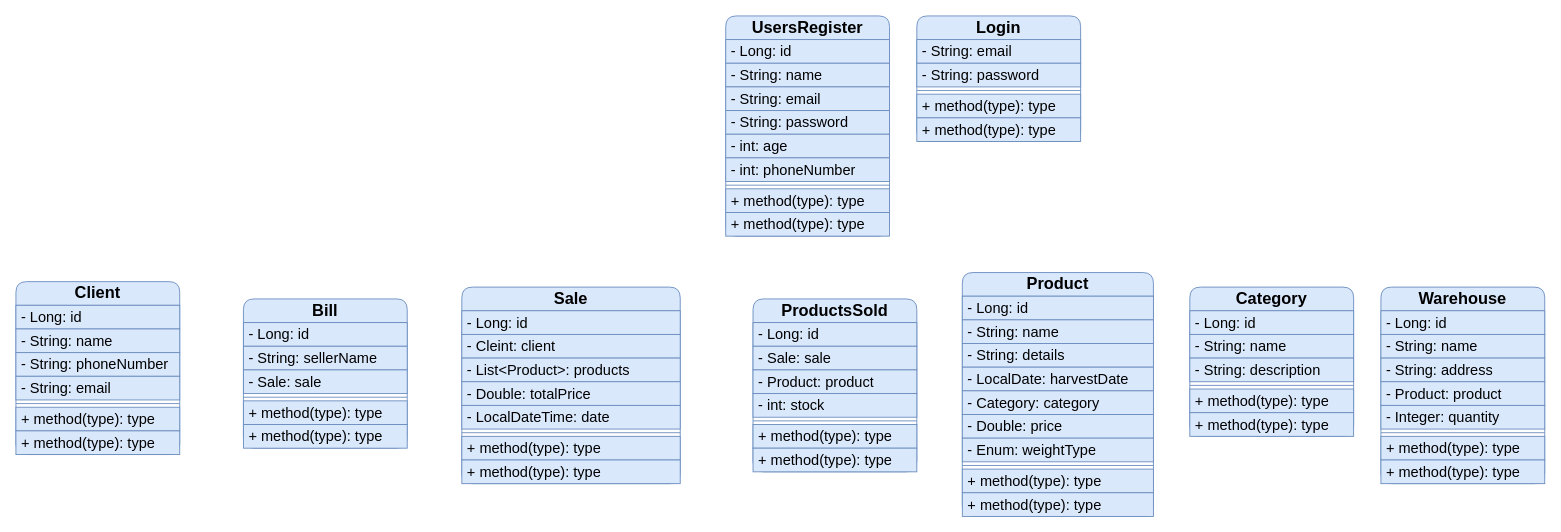
Above: page "Clases" (1 of 2) of diagrams/fincaFacilUML.drawio in SantiagoGZ1/fincaFacil (draw.io), before the change. Source tidied: cells renumbered, new cells numbered last; positions are measured from the earlier drawing's top-left corner, leaving out a move shared by most shapes. Both pictures are drawn from the tidied source at 91%, with x=0, y=0 at pixel (15, 15).
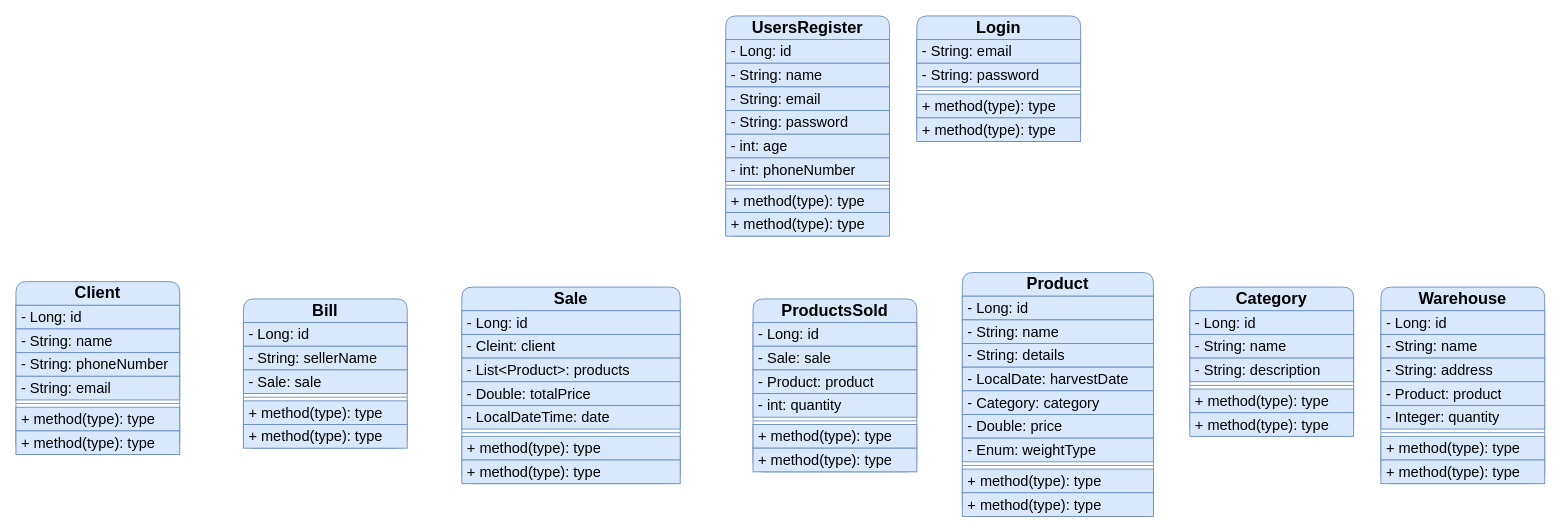
The same page after the edit.

Unchanged cells that the change refers to:
```xml
<mxCell id="37" value="&lt;font style=&quot;font-size: 18px;&quot;&gt;ProductsSold&lt;/font&gt;" style="swimlane;fontStyle=1;align=center;verticalAlign=middle;horizontal=1;startSize=26;whiteSpace=wrap;html=1;fontSize=16;shadow=0;strokeWidth=1;fillColor=#dae8fc;strokeColor=#6c8ebf;swimlaneFillColor=none;gradientColor=none;swimlaneLine=1;glass=0;rounded=1;" parent="1" vertex="1">
  <mxGeometry x="810" y="311" width="180" height="190" as="geometry" />
</mxCell>
```

What changed in the source:
```diff
@@
-    <mxCell id="41" value="- int: stock" style="text;align=left;verticalAlign=middle;spacingLeft=4;spacingRight=4;overflow=hidden;whiteSpace=wrap;html=1;fontSize=16;shadow=0;strokeWidth=1;fillColor=#dae8fc;strokeColor=#6c8ebf;swimlaneFillColor=none;gradientColor=none;swimlaneLine=1;" parent="37" vertex="1">
+    <mxCell id="41" value="- int: quantity" style="text;align=left;verticalAlign=middle;spacingLeft=4;spacingRight=4;overflow=hidden;whiteSpace=wrap;html=1;fontSize=16;shadow=0;strokeWidth=1;fillColor=#dae8fc;strokeColor=#6c8ebf;swimlaneFillColor=none;gradientColor=none;swimlaneLine=1;" parent="37" vertex="1">
       <mxGeometry y="104" width="180" height="26" as="geometry" />
     </mxCell>
```
